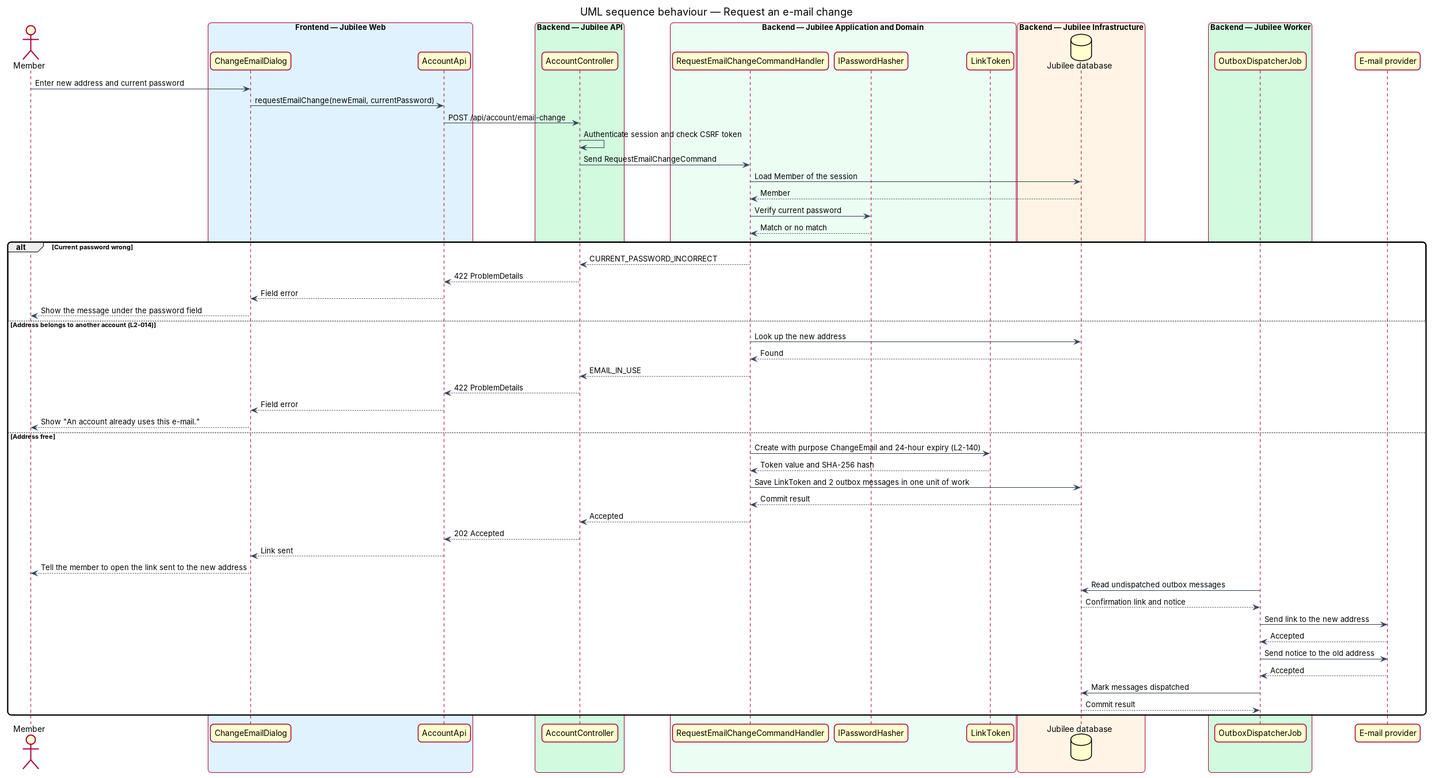
Before: docs/detailed-designs/accounts/change-credentials/diagrams/sequence-request-email-change.png, a diagram exported from PlantUML (QuinntyneBrown/jubilee). Its source is kept beside it as docs/detailed-designs/accounts/change-credentials/diagrams/sequence-request-email-change.puml.
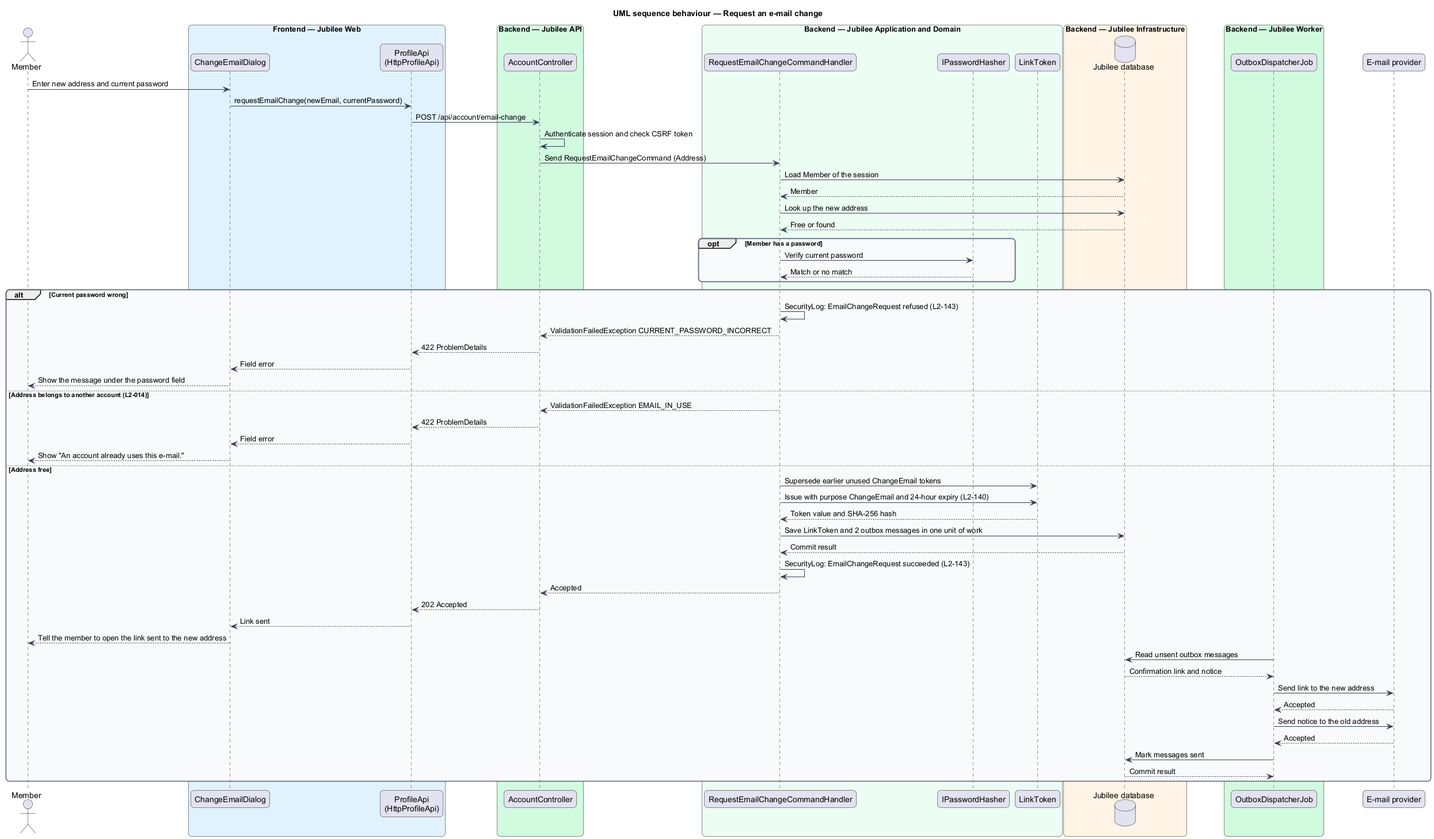
The same file after the commit.

Diff of the diagram source:
```diff
@@ -19,7 +19,7 @@
 actor "Member" as actor
 box "Frontend — Jubilee Web" #E0F2FE
   participant "ChangeEmailDialog" as dialog
-  participant "AccountApi" as client
+  participant "ProfileApi\n(HttpProfileApi)" as client
 end box
 box "Backend — Jubilee API" #D1FADF
   participant "AccountController" as controller
@@ -40,39 +40,44 @@
 dialog -> client : requestEmailChange(newEmail, currentPassword)
 client -> controller : POST /api/account/email-change
 controller -> controller : Authenticate session and check CSRF token
-controller -> handler : Send RequestEmailChangeCommand
+controller -> handler : Send RequestEmailChangeCommand (Address)
 handler -> db : Load Member of the session
 db --> handler : Member
-handler -> hasher : Verify current password
-hasher --> handler : Match or no match
+handler -> db : Look up the new address
+db --> handler : Free or found
+opt Member has a password
+  handler -> hasher : Verify current password
+  hasher --> handler : Match or no match
+end
 alt Current password wrong
-  handler --> controller : CURRENT_PASSWORD_INCORRECT
+  handler -> handler : SecurityLog: EmailChangeRequest refused (L2-143)
+  handler --> controller : ValidationFailedException CURRENT_PASSWORD_INCORRECT
   controller --> client : 422 ProblemDetails
   client --> dialog : Field error
   dialog --> actor : Show the message under the password field
 else Address belongs to another account (L2-014)
-  handler -> db : Look up the new address
-  db --> handler : Found
-  handler --> controller : EMAIL_IN_USE
+  handler --> controller : ValidationFailedException EMAIL_IN_USE
   controller --> client : 422 ProblemDetails
   client --> dialog : Field error
   dialog --> actor : Show "An account already uses this e-mail."
 else Address free
-  handler -> token : Create with purpose ChangeEmail and 24-hour expiry (L2-140)
+  handler -> token : Supersede earlier unused ChangeEmail tokens
+  handler -> token : Issue with purpose ChangeEmail and 24-hour expiry (L2-140)
   token --> handler : Token value and SHA-256 hash
   handler -> db : Save LinkToken and 2 outbox messages in one unit of work
   db --> handler : Commit result
+  handler -> handler : SecurityLog: EmailChangeRequest succeeded (L2-143)
   handler --> controller : Accepted
   controller --> client : 202 Accepted
   client --> dialog : Link sent
   dialog --> actor : Tell the member to open the link sent to the new address
-  job -> db : Read undispatched outbox messages
+  job -> db : Read unsent outbox messages
   db --> job : Confirmation link and notice
   job -> email : Send link to the new address
   email --> job : Accepted
   job -> email : Send notice to the old address
   email --> job : Accepted
-  job -> db : Mark messages dispatched
+  job -> db : Mark messages sent
   db --> job : Commit result
 end
 @enduml
```
